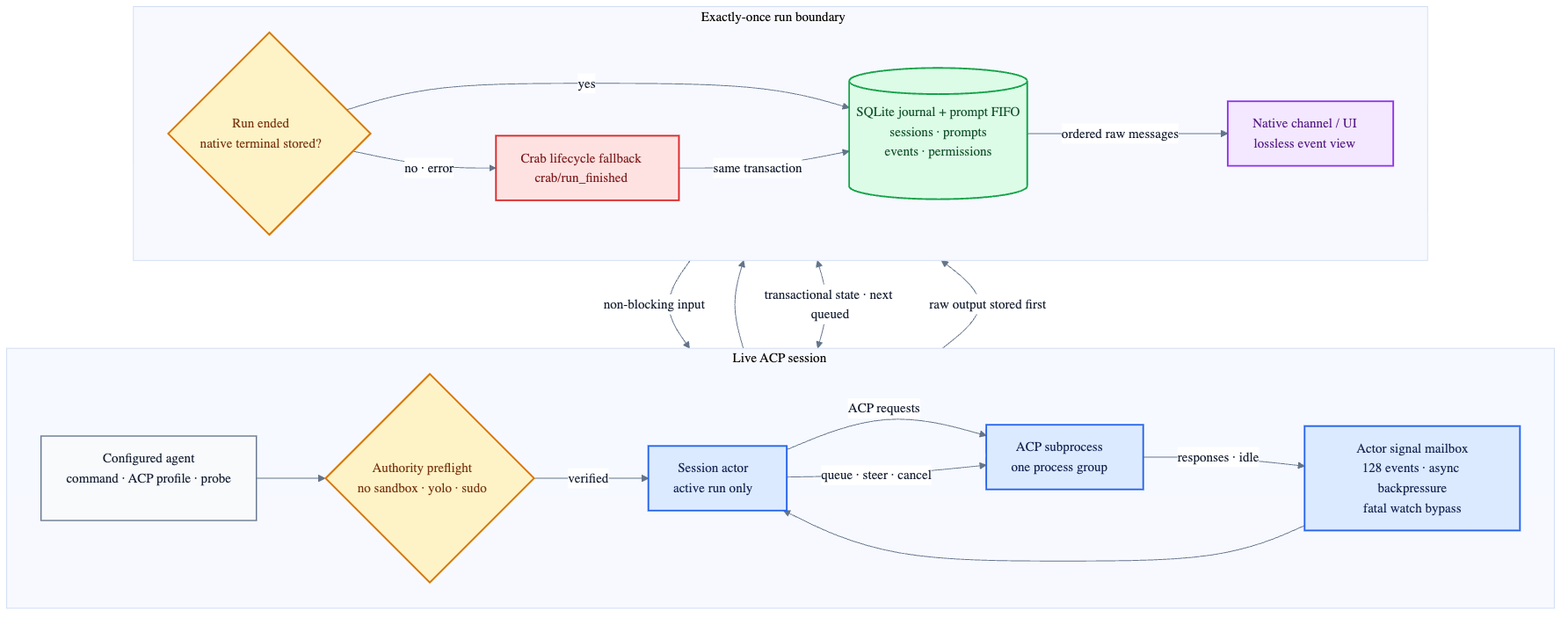
Above: v2/docs/agent-host-flow.png in fontanierh/crab (Mermaid), before the change. Its source is kept beside it as v2/docs/agent-host-flow.mmd.
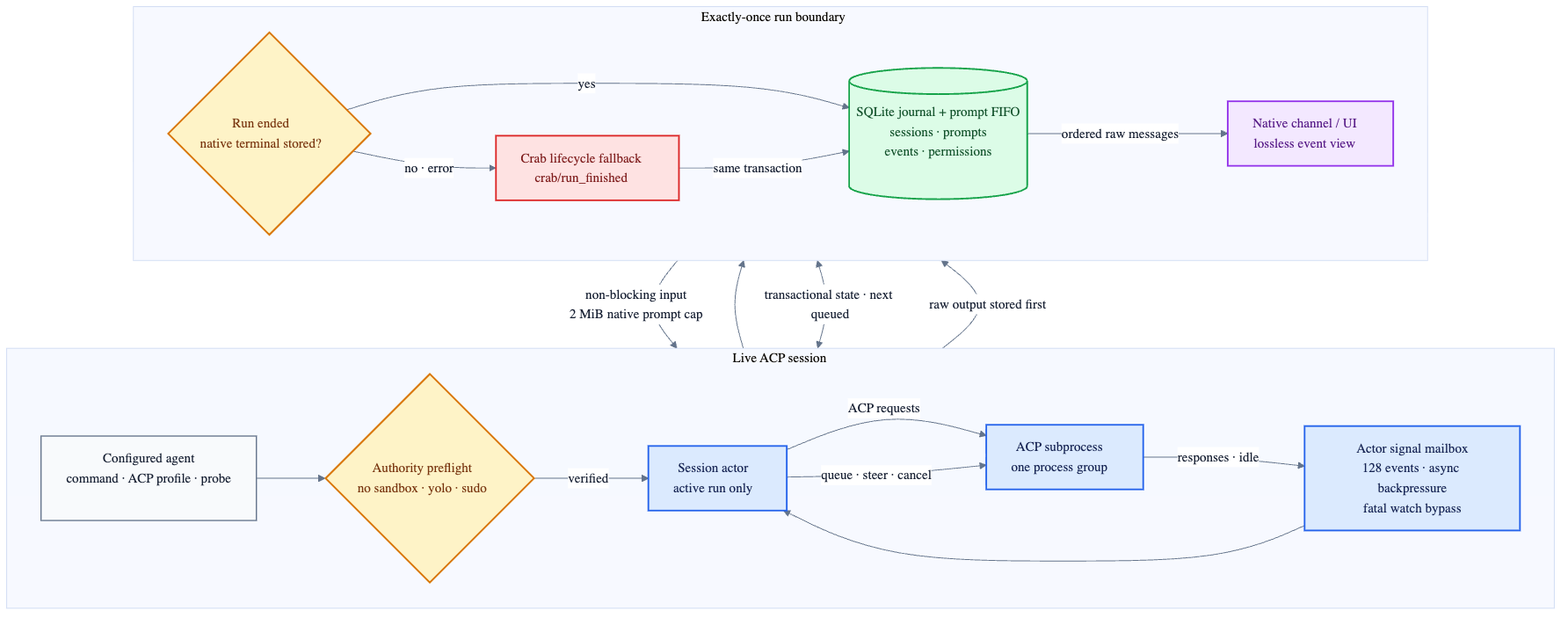
After the change.

The edit, as a diff of the source:
```diff
@@ -28,7 +28,7 @@
     ACTOR --> ENDED
     ACTOR <-->|"transactional state · next queued"| DB
     ACP -->|"raw output stored first"| DB
-    UI -->|"non-blocking input"| ACTOR
+    UI -->|"non-blocking input<br/>2 MiB native prompt cap"| ACTOR
 
     classDef config fill:#f8fafc,stroke:#64748b,stroke-width:1.5px,color:#172033;
     classDef gate fill:#fef3c7,stroke:#d97706,stroke-width:2px,color:#78350f;
```
